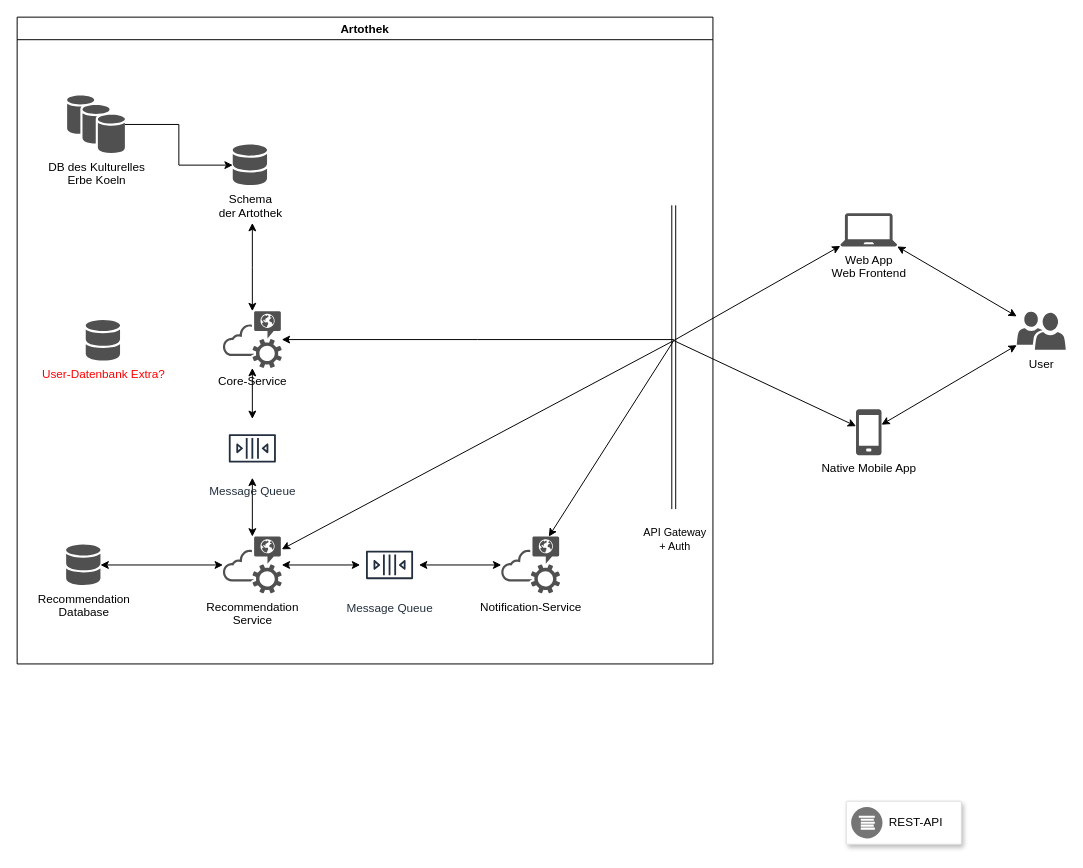
Before: page "Architecture Diagram" (3 of 5) of Artefakte/Untitled Diagram.drawio in JJJS777/EPWS2122KwintSchiller, a draw.io diagram. Source tidied: cells renumbered, new cells numbered last; positions are measured from the earlier drawing's top-left corner, leaving out a move shared by most shapes. Both pictures are drawn from the tidied source at 98%, with x=0, y=0 at pixel (17, 17).
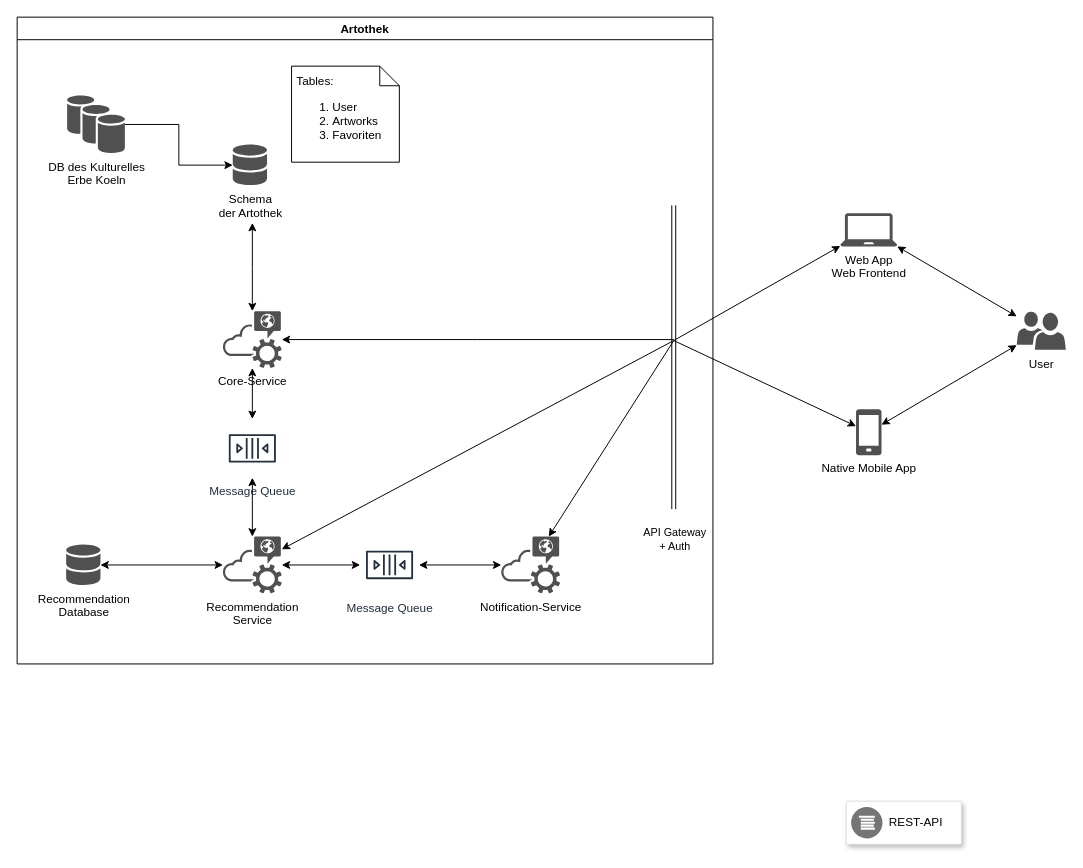
The same diagram, later.

Unchanged cells that the change refers to:
```xml
<mxCell id="26" value="Artothek" style="swimlane;" parent="1" vertex="1">
  <mxGeometry width="710" height="660" as="geometry" />
</mxCell>
```

The edit, as a diff of the source:
```diff
@@
-    <mxCell id="30" value="&lt;font color=&quot;#FF0000&quot;&gt;User-Datenbank Extra?&lt;/font&gt;" style="sketch=0;shadow=0;dashed=0;html=1;strokeColor=none;fillColor=#505050;labelPosition=center;verticalLabelPosition=bottom;verticalAlign=top;align=center;shape=mxgraph.office.databases.database_mini_2;" parent="26" vertex="1">
-      <mxGeometry x="70" y="309" width="35" height="42" as="geometry" />
-    </mxCell>
+    <mxCell id="33" value="&lt;div align=&quot;left&quot;&gt;&amp;nbsp;Tables:&lt;/div&gt;&lt;div align=&quot;left&quot;&gt;&lt;ol&gt;&lt;li&gt;User&lt;/li&gt;&lt;li&gt;Artworks&lt;/li&gt;&lt;li&gt;&lt;div&gt;Favoriten&lt;br&gt;&lt;/div&gt;&lt;/li&gt;&lt;/ol&gt;&lt;/div&gt;" style="shape=note;size=20;whiteSpace=wrap;html=1;align=left;" parent="26" vertex="1">
+      <mxGeometry x="280" y="50" width="110" height="98" as="geometry" />
+    </mxCell>
```
